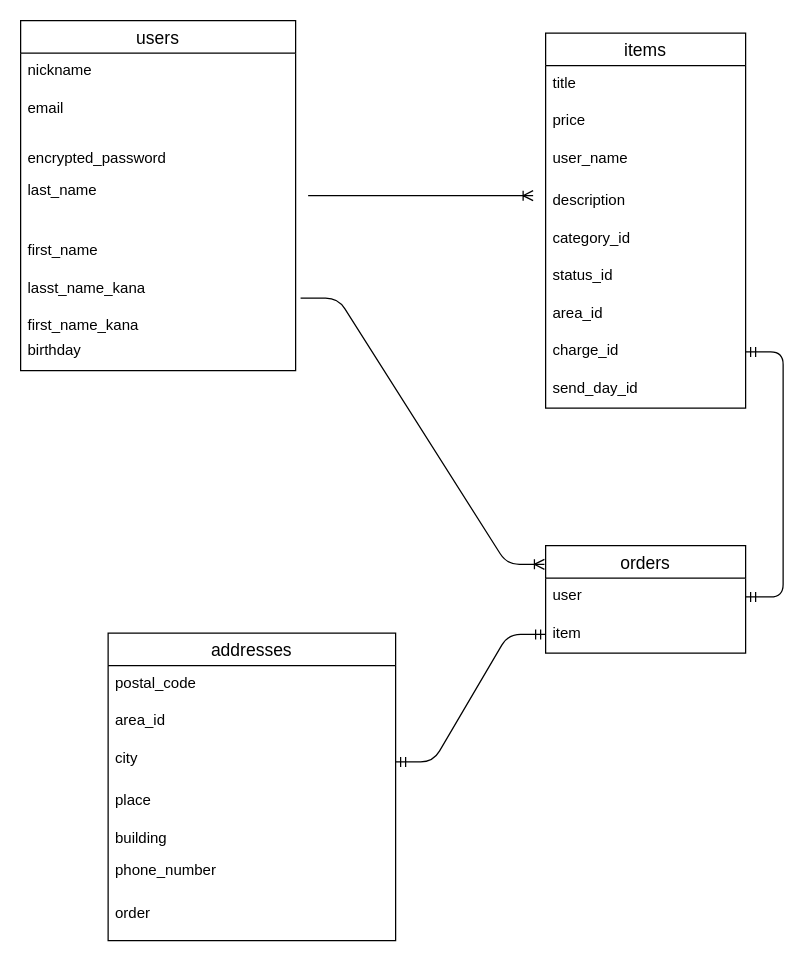
The draw.io diagram database_ER.dio in sihgo109/furima-36770, before the edit. Source tidied: cells renumbered, new cells numbered last; positions are measured from the earlier drawing's top-left corner, leaving out a move shared by most shapes. Both pictures are drawn from the tidied source at 125%, with x=0, y=0 at pixel (20, 20).
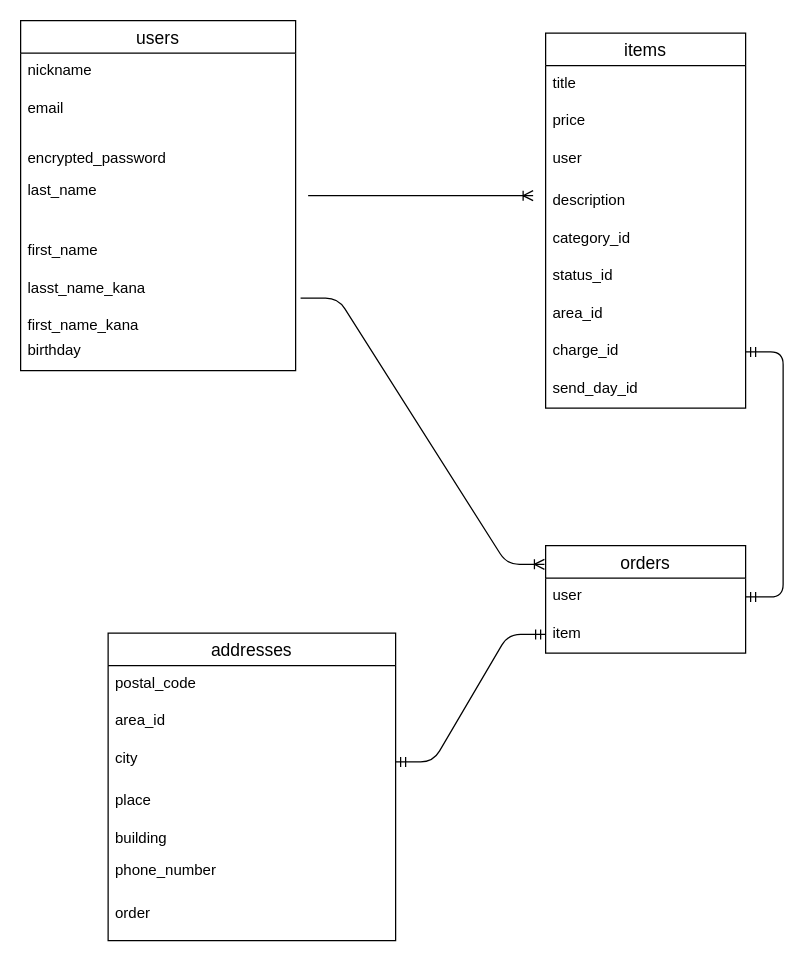
The same page after the edit.

Commit message (it also covers changes not shown here):
指摘箇所の修正

Unchanged cells that the change refers to:
```xml
<mxCell id="5" value="items" style="swimlane;fontStyle=0;horizontal=1;startSize=26;align=center;fontSize=14;" parent="1" vertex="1">
  <mxGeometry x="420" y="10" width="160" height="300" as="geometry" />
</mxCell>
```

Change to the diagram source:
```diff
@@
-    <mxCell id="8" value="user_name" style="text;strokeColor=none;fillColor=none;spacingLeft=4;spacingRight=4;overflow=hidden;fontSize=12;" parent="5" vertex="1">
+    <mxCell id="8" value="user" style="text;strokeColor=none;fillColor=none;spacingLeft=4;spacingRight=4;overflow=hidden;fontSize=12;" parent="5" vertex="1">
       <mxGeometry y="86" width="160" height="34" as="geometry" />
     </mxCell>
```
